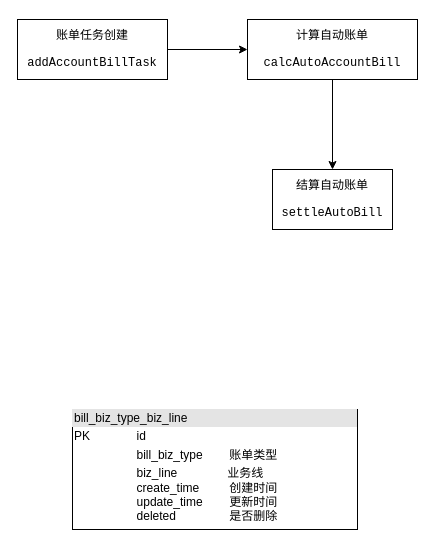
Above: uml-demo-1/demo1.drawio in xxxlostxxx/uml (draw.io), before the change. Source tidied: cells renumbered, new cells numbered last; positions are measured from the earlier drawing's top-left corner, leaving out a move shared by most shapes. Both pictures are drawn from the tidied source at 100%, with x=0, y=0 at pixel (17, 19).
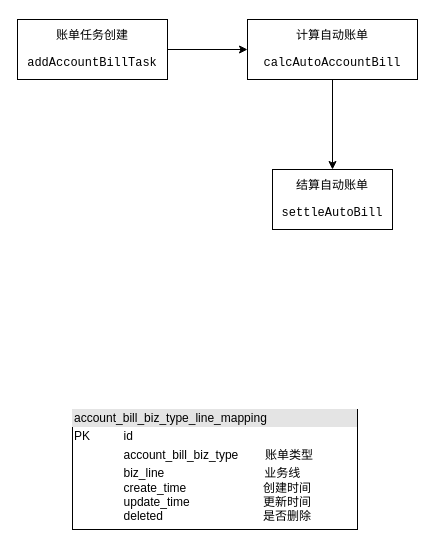
Above is the later version.

Change to the diagram source:
```diff
@@
 <mxGraphModel>
   <root>
     <mxCell id="0" />
     <mxCell id="1" parent="0" />
     <mxCell id="2" style="edgeStyle=none;rounded=0;jettySize=auto;html=1;" parent="1" edge="1" source="3" target="5">
       <mxGeometry relative="1" as="geometry" />
     </mxCell>
     <mxCell id="3" value="&lt;pre&gt;&lt;span&gt;账单任务创建&lt;/span&gt;&lt;/pre&gt;&lt;pre&gt;&lt;pre&gt;&lt;span&gt;addAccountBillTask&lt;/span&gt;&lt;/pre&gt;&lt;/pre&gt;" style="rounded=0;whiteSpace=wrap;html=1;" parent="1" vertex="1">
       <mxGeometry width="150" height="60" as="geometry" />
     </mxCell>
     <mxCell id="4" style="edgeStyle=none;rounded=0;jettySize=auto;html=1;" parent="1" edge="1" source="5" target="6">
       <mxGeometry relative="1" as="geometry" />
     </mxCell>
     <mxCell id="5" value="&lt;pre&gt;&lt;pre&gt;计算自动账单&lt;/pre&gt;&lt;pre&gt;&lt;span&gt;calcAutoAccountBill&lt;/span&gt;&lt;/pre&gt;&lt;/pre&gt;" style="rounded=0;whiteSpace=wrap;html=1;" parent="1" vertex="1">
       <mxGeometry x="230" width="170" height="60" as="geometry" />
     </mxCell>
     <mxCell id="6" value="&lt;pre&gt;&lt;span&gt;结算自动账单&lt;/span&gt;&lt;/pre&gt;&lt;pre&gt;&lt;pre&gt;&lt;span&gt;settleAutoBill&lt;/span&gt;&lt;/pre&gt;&lt;/pre&gt;" style="rounded=0;whiteSpace=wrap;html=1;" parent="1" vertex="1">
       <mxGeometry x="255" y="150" width="120" height="60" as="geometry" />
     </mxCell>
-    <mxCell id="7" value="&lt;div style=&quot;box-sizing: border-box ; width: 100% ; background: #e4e4e4 ; padding: 2px&quot;&gt;bill_biz_type_biz_line&lt;/div&gt;&lt;table style=&quot;width: 100% ; font-size: 1em&quot; cellpadding=&quot;2&quot; cellspacing=&quot;0&quot;&gt;&lt;tbody&gt;&lt;tr&gt;&lt;td&gt;PK&lt;/td&gt;&lt;td&gt;id&lt;/td&gt;&lt;/tr&gt;&lt;tr&gt;&lt;td&gt;&amp;nbsp; &amp;nbsp; &amp;nbsp; &amp;nbsp; &amp;nbsp; &amp;nbsp;&lt;/td&gt;&lt;td&gt;bill_biz_type&amp;nbsp; &amp;nbsp; &amp;nbsp; &amp;nbsp; 账单类型&lt;/td&gt;&lt;/tr&gt;&lt;tr&gt;&lt;td&gt;&lt;/td&gt;&lt;td&gt;biz_line&amp;nbsp; &amp;nbsp; &amp;nbsp; &amp;nbsp; &amp;nbsp; &amp;nbsp; &amp;nbsp; &amp;nbsp;业务线&lt;br&gt;create_time&amp;nbsp; &amp;nbsp; &amp;nbsp; &amp;nbsp; &amp;nbsp;创建时间&lt;br&gt;update_time&amp;nbsp; &amp;nbsp; &amp;nbsp; &amp;nbsp; 更新时间&lt;br&gt;deleted&amp;nbsp; &amp;nbsp; &amp;nbsp; &amp;nbsp; &amp;nbsp; &amp;nbsp; &amp;nbsp; &amp;nbsp; 是否删除&lt;br&gt;&lt;/td&gt;&lt;/tr&gt;&lt;/tbody&gt;&lt;/table&gt;" style="verticalAlign=top;align=left;overflow=fill;html=1;" parent="1" vertex="1">
+    <mxCell id="7" value="&lt;div style=&quot;box-sizing: border-box ; width: 100% ; background: #e4e4e4 ; padding: 2px&quot;&gt;account_bill_biz_type_line_mapping&lt;/div&gt;&lt;table style=&quot;width: 100% ; font-size: 1em&quot; cellpadding=&quot;2&quot; cellspacing=&quot;0&quot;&gt;&lt;tbody&gt;&lt;tr&gt;&lt;td&gt;PK&lt;/td&gt;&lt;td&gt;id&lt;/td&gt;&lt;/tr&gt;&lt;tr&gt;&lt;td&gt;&amp;nbsp; &amp;nbsp; &amp;nbsp; &amp;nbsp; &amp;nbsp; &amp;nbsp;&lt;/td&gt;&lt;td&gt;account_bill_biz_type&amp;nbsp; &amp;nbsp; &amp;nbsp; &amp;nbsp; 账单类型&lt;/td&gt;&lt;/tr&gt;&lt;tr&gt;&lt;td&gt;&lt;/td&gt;&lt;td&gt;biz_line&amp;nbsp; &amp;nbsp; &amp;nbsp; &amp;nbsp; &amp;nbsp; &amp;nbsp; &amp;nbsp; &amp;nbsp; &amp;nbsp; &amp;nbsp; &amp;nbsp; &amp;nbsp; &amp;nbsp; &amp;nbsp; &amp;nbsp; 业务线&lt;br&gt;create_time&amp;nbsp; &amp;nbsp; &amp;nbsp; &amp;nbsp; &amp;nbsp; &amp;nbsp; &amp;nbsp; &amp;nbsp; &amp;nbsp; &amp;nbsp; &amp;nbsp; &amp;nbsp;创建时间&lt;br&gt;update_time&amp;nbsp; &amp;nbsp; &amp;nbsp; &amp;nbsp; &amp;nbsp; &amp;nbsp; &amp;nbsp; &amp;nbsp; &amp;nbsp; &amp;nbsp; &amp;nbsp; 更新时间&lt;br&gt;deleted&amp;nbsp; &amp;nbsp; &amp;nbsp; &amp;nbsp; &amp;nbsp; &amp;nbsp; &amp;nbsp; &amp;nbsp; &amp;nbsp; &amp;nbsp; &amp;nbsp; &amp;nbsp; &amp;nbsp; &amp;nbsp; &amp;nbsp; 是否删除&lt;br&gt;&lt;/td&gt;&lt;/tr&gt;&lt;/tbody&gt;&lt;/table&gt;" style="verticalAlign=top;align=left;overflow=fill;html=1;" parent="1" vertex="1">
       <mxGeometry x="55" y="390" width="285" height="120" as="geometry" />
     </mxCell>
   </root>
 </mxGraphModel>
```
